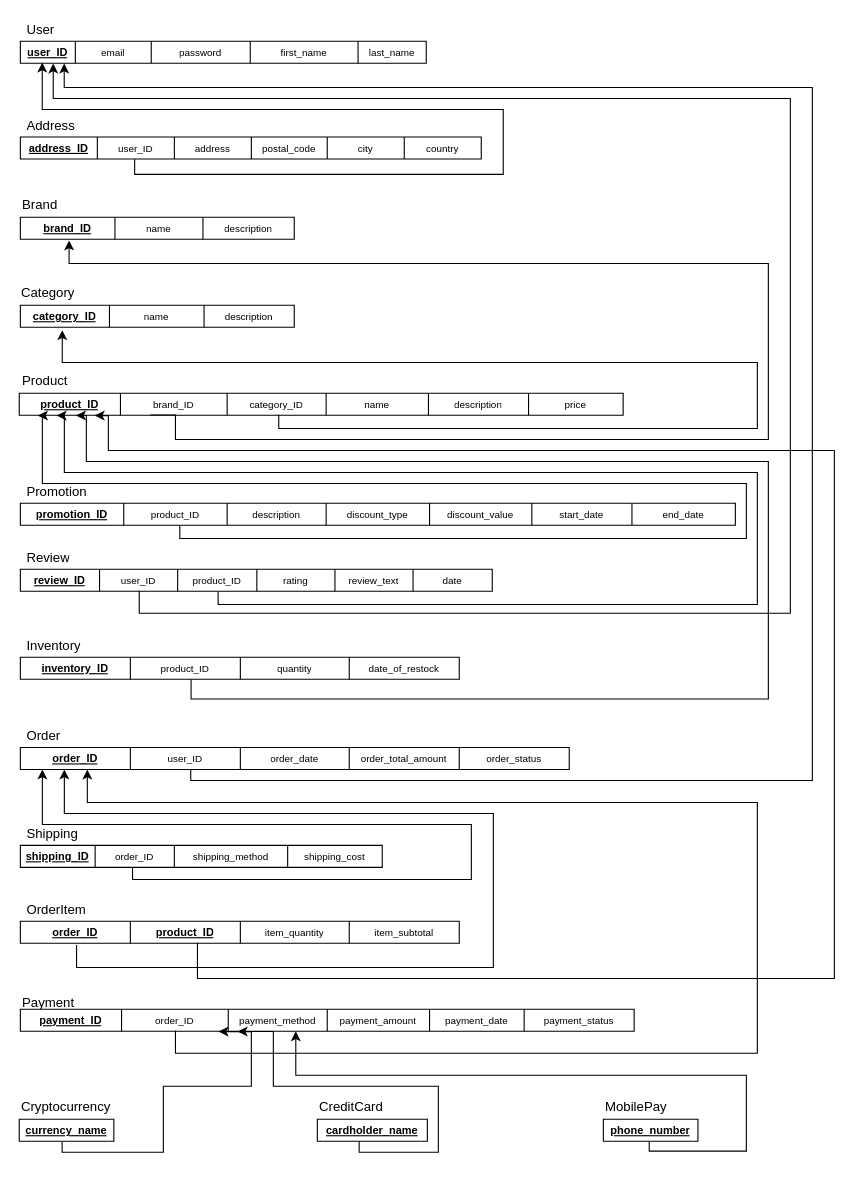
Before: page "Relational schema" (6 of 8) of database-models/ER_models_final.drawio in emilkle/electromart-ecom-website, a draw.io diagram. Source tidied: cells renumbered, new cells numbered last; positions are measured from the earlier drawing's top-left corner, leaving out a move shared by most shapes. Both pictures are drawn from the tidied source at 110%, with x=0, y=0 at pixel (19, 19).
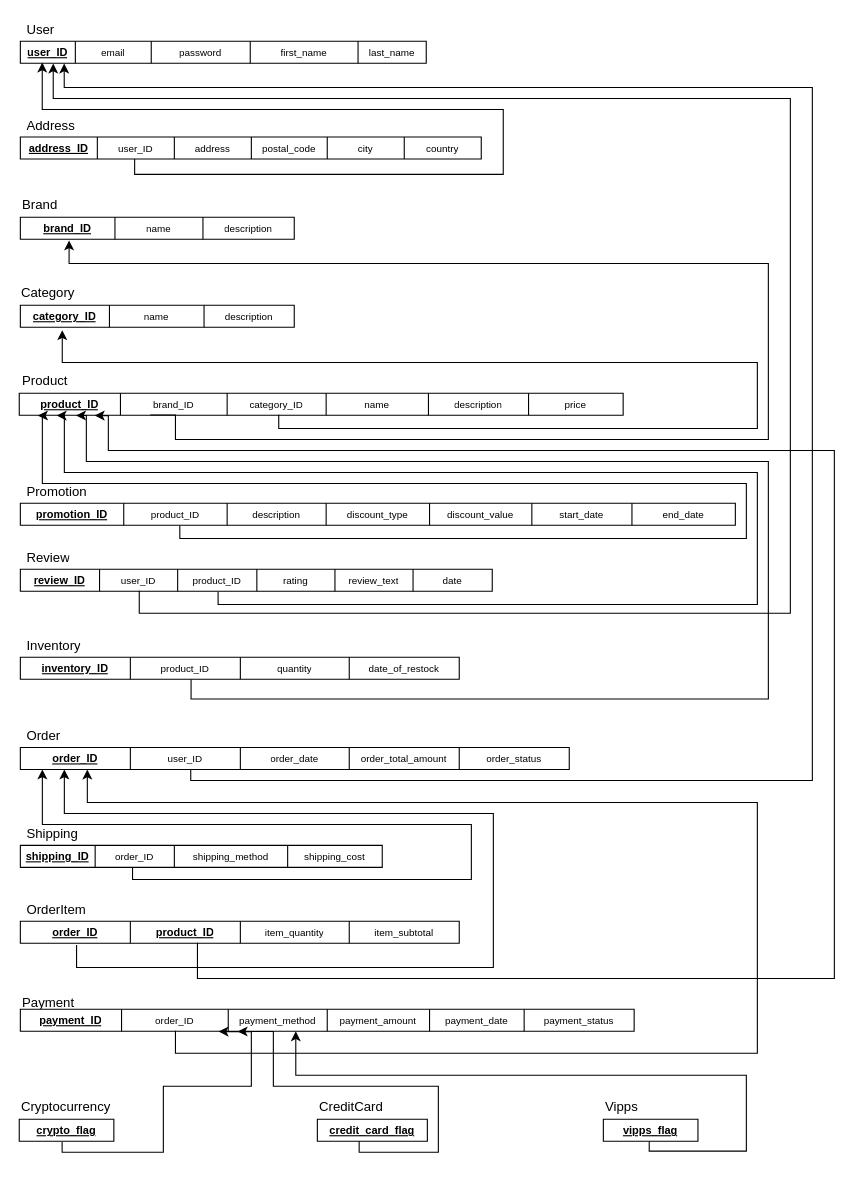
After the change.

Unchanged cells that the change refers to:
```xml
<mxCell id="110" style="shape=tableRow;horizontal=0;startSize=0;swimlaneHead=0;swimlaneBody=0;top=0;left=0;bottom=0;right=0;fillColor=none;points=[[0,0.5],[1,0.5]];portConstraint=eastwest;" parent="109" vertex="1">
  <mxGeometry width="86" height="20" as="geometry" />
</mxCell>
<mxCell id="114" style="shape=tableRow;horizontal=0;startSize=0;swimlaneHead=0;swimlaneBody=0;top=0;left=0;bottom=0;right=0;fillColor=none;" parent="113" vertex="1">
  <mxGeometry width="100" height="20" as="geometry" />
</mxCell>
<mxCell id="118" style="shape=tableRow;horizontal=0;startSize=0;swimlaneHead=0;swimlaneBody=0;top=0;left=0;bottom=0;right=0;fillColor=none;points=[[0,0.5],[1,0.5]];portConstraint=eastwest;" parent="117" vertex="1">
  <mxGeometry width="86" height="20" as="geometry" />
</mxCell>
```

Change to the diagram source:
```diff
@@
-    <mxCell id="111" value="&lt;font size=&quot;1&quot;&gt;&lt;b&gt;&lt;u&gt;currency_name&lt;/u&gt;&lt;/b&gt;&lt;/font&gt;" style="shape=partialRectangle;html=1;whiteSpace=wrap;fillColor=none;top=0;left=0;bottom=0;right=0;overflow=hidden;" parent="110" vertex="1">
+    <mxCell id="111" value="&lt;font size=&quot;1&quot;&gt;&lt;b&gt;&lt;u&gt;crypto_flag&lt;/u&gt;&lt;/b&gt;&lt;/font&gt;" style="shape=partialRectangle;html=1;whiteSpace=wrap;fillColor=none;top=0;left=0;bottom=0;right=0;overflow=hidden;" parent="110" vertex="1">
       <mxGeometry width="86" height="20" as="geometry" />
     </mxCell>
@@
-    <mxCell id="115" value="&lt;font size=&quot;1&quot; style=&quot;&quot;&gt;&lt;u style=&quot;&quot;&gt;&lt;b style=&quot;&quot;&gt;cardholder_name&lt;/b&gt;&lt;/u&gt;&lt;/font&gt;" style="shape=partialRectangle;html=1;whiteSpace=wrap;fillColor=none;top=0;left=0;bottom=0;right=0;overflow=hidden;" parent="114" vertex="1">
+    <mxCell id="115" value="&lt;font size=&quot;1&quot; style=&quot;&quot;&gt;&lt;u style=&quot;&quot;&gt;&lt;b style=&quot;&quot;&gt;credit_card_flag&lt;/b&gt;&lt;/u&gt;&lt;/font&gt;" style="shape=partialRectangle;html=1;whiteSpace=wrap;fillColor=none;top=0;left=0;bottom=0;right=0;overflow=hidden;" parent="114" vertex="1">
       <mxGeometry width="100" height="20" as="geometry" />
     </mxCell>
@@
-    <mxCell id="119" value="&lt;font size=&quot;1&quot; style=&quot;&quot;&gt;&lt;u style=&quot;&quot;&gt;&lt;b style=&quot;&quot;&gt;phone_number&lt;/b&gt;&lt;/u&gt;&lt;/font&gt;" style="shape=partialRectangle;html=1;whiteSpace=wrap;fillColor=none;top=0;left=0;bottom=0;right=0;overflow=hidden;" parent="118" vertex="1">
+    <mxCell id="119" value="&lt;font size=&quot;1&quot; style=&quot;&quot;&gt;&lt;u style=&quot;&quot;&gt;&lt;b style=&quot;&quot;&gt;vipps_flag&lt;/b&gt;&lt;/u&gt;&lt;/font&gt;" style="shape=partialRectangle;html=1;whiteSpace=wrap;fillColor=none;top=0;left=0;bottom=0;right=0;overflow=hidden;" parent="118" vertex="1">
       <mxGeometry width="86" height="20" as="geometry" />
     </mxCell>
-    <mxCell id="120" value="&lt;font style=&quot;font-weight: normal; font-size: 12px;&quot;&gt;MobilePay&lt;/font&gt;" style="text;strokeColor=none;fillColor=none;html=1;fontSize=24;fontStyle=1;verticalAlign=middle;align=left;" parent="1" vertex="1">
+    <mxCell id="120" value="&lt;font style=&quot;font-weight: normal; font-size: 12px;&quot;&gt;Vipps&lt;/font&gt;" style="text;strokeColor=none;fillColor=none;html=1;fontSize=24;fontStyle=1;verticalAlign=middle;align=left;" parent="1" vertex="1">
       <mxGeometry x="531" y="970" width="100" height="30" as="geometry" />
     </mxCell>
```
